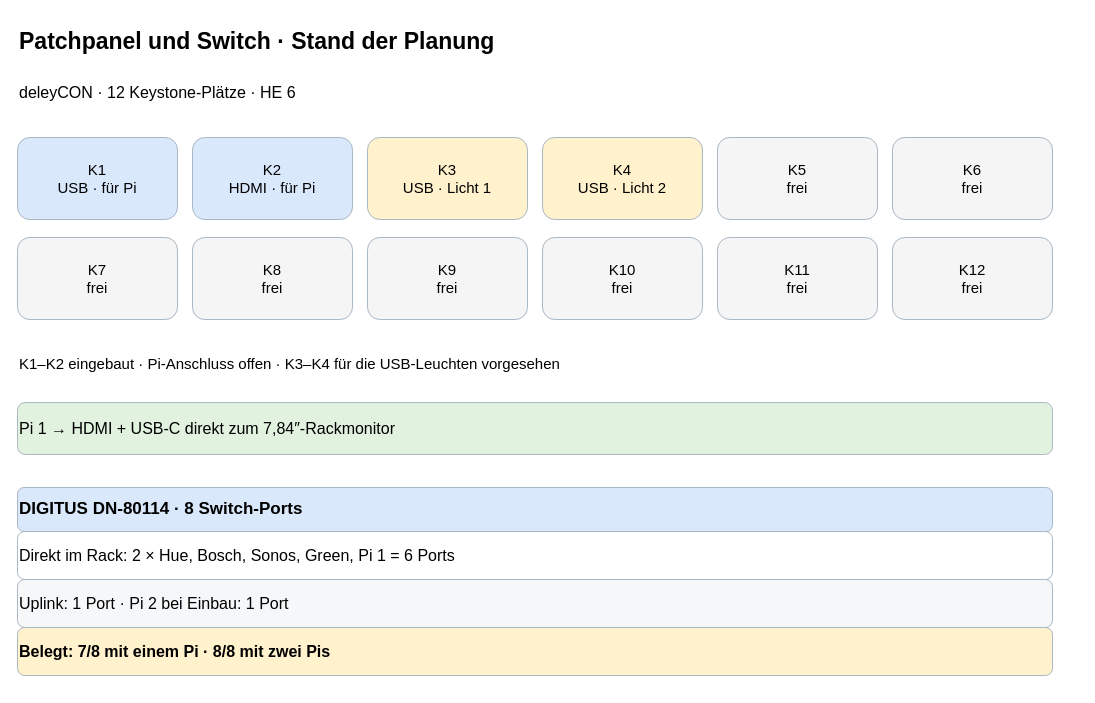
Above: page "Switch und Patchpanel" (5 of 5) of 10-zoll-rack-planung.drawio in tiptronic/diagrams (draw.io), before the change. Source tidied: cells renumbered, new cells numbered last; positions are measured from the earlier drawing's top-left corner, leaving out a move shared by most shapes. Both pictures are drawn from the tidied source at 100%, with x=0, y=0 at pixel (17, 17).
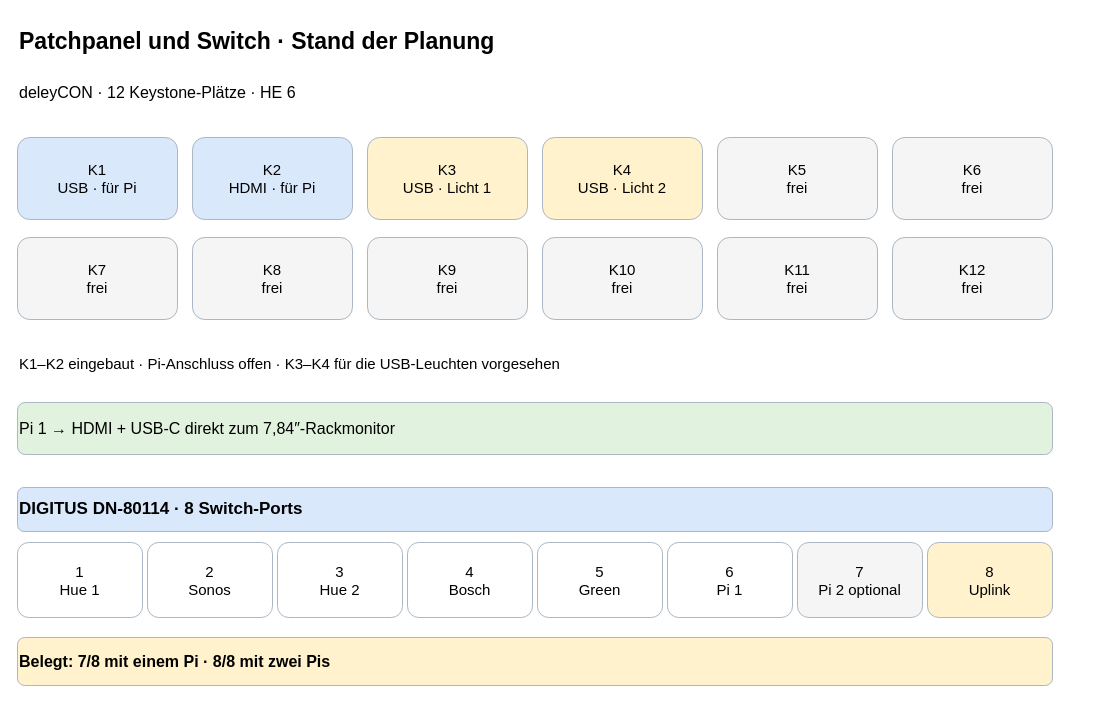
Above is the later version.

Commit message:
Show all eight switch ports in rack diagram

Diff of the diagram source:
```diff
@@
-    <mxCell id="19" value="Direkt im Rack: 2 × Hue, Bosch, Sonos, Green, Pi 1 = 6 Ports" style="rounded=1;whiteSpace=wrap;html=1;align=left;verticalAlign=middle;strokeWidth=1;fontSize=16;fillColor=#ffffff;strokeColor=#aab7c4;" parent="1" vertex="1">
-      <mxGeometry y="514" width="1035" height="48" as="geometry" />
-    </mxCell>
-    <mxCell id="20" value="Uplink: 1 Port · Pi 2 bei Einbau: 1 Port" style="rounded=1;whiteSpace=wrap;html=1;align=left;verticalAlign=middle;strokeWidth=1;fontSize=16;fillColor=#f5f7f9;strokeColor=#aab7c4;" parent="1" vertex="1">
-      <mxGeometry y="562" width="1035" height="48" as="geometry" />
-    </mxCell>
+    <mxCell id="22" value="1&#10;Hue 1" style="rounded=1;whiteSpace=wrap;html=1;align=center;verticalAlign=middle;strokeWidth=1;fontSize=15;fillColor=#ffffff;strokeColor=#aab7c4;" parent="1" vertex="1">
+      <mxGeometry y="525" width="125" height="75" as="geometry" />
+    </mxCell>
+    <mxCell id="23" value="2&#10;Sonos" style="rounded=1;whiteSpace=wrap;html=1;align=center;verticalAlign=middle;strokeWidth=1;fontSize=15;fillColor=#ffffff;strokeColor=#aab7c4;" parent="1" vertex="1">
+      <mxGeometry x="130" y="525" width="125" height="75" as="geometry" />
+    </mxCell>
+    <mxCell id="24" value="3&#10;Hue 2" style="rounded=1;whiteSpace=wrap;html=1;align=center;verticalAlign=middle;strokeWidth=1;fontSize=15;fillColor=#ffffff;strokeColor=#aab7c4;" parent="1" vertex="1">
+      <mxGeometry x="260" y="525" width="125" height="75" as="geometry" />
+    </mxCell>
+    <mxCell id="25" value="4&#10;Bosch" style="rounded=1;whiteSpace=wrap;html=1;align=center;verticalAlign=middle;strokeWidth=1;fontSize=15;fillColor=#ffffff;strokeColor=#aab7c4;" parent="1" vertex="1">
+      <mxGeometry x="390" y="525" width="125" height="75" as="geometry" />
+    </mxCell>
+    <mxCell id="26" value="5&#10;Green" style="rounded=1;whiteSpace=wrap;html=1;align=center;verticalAlign=middle;strokeWidth=1;fontSize=15;fillColor=#ffffff;strokeColor=#aab7c4;" parent="1" vertex="1">
+      <mxGeometry x="520" y="525" width="125" height="75" as="geometry" />
+    </mxCell>
+    <mxCell id="27" value="6&#10;Pi 1" style="rounded=1;whiteSpace=wrap;html=1;align=center;verticalAlign=middle;strokeWidth=1;fontSize=15;fillColor=#ffffff;strokeColor=#aab7c4;" parent="1" vertex="1">
+      <mxGeometry x="650" y="525" width="125" height="75" as="geometry" />
+    </mxCell>
+    <mxCell id="28" value="7&#10;Pi 2 optional" style="rounded=1;whiteSpace=wrap;html=1;align=center;verticalAlign=middle;strokeWidth=1;fontSize=15;fillColor=#f5f5f5;strokeColor=#aab7c4;" parent="1" vertex="1">
+      <mxGeometry x="780" y="525" width="125" height="75" as="geometry" />
+    </mxCell>
+    <mxCell id="29" value="8&#10;Uplink" style="rounded=1;whiteSpace=wrap;html=1;align=center;verticalAlign=middle;strokeWidth=1;fontSize=15;fillColor=#fff2cc;strokeColor=#aab7c4;" parent="1" vertex="1">
+      <mxGeometry x="910" y="525" width="125" height="75" as="geometry" />
+    </mxCell>
     <mxCell id="21" value="Belegt: 7/8 mit einem Pi · 8/8 mit zwei Pis" style="rounded=1;whiteSpace=wrap;html=1;align=left;verticalAlign=middle;strokeWidth=1;fontSize=16;fillColor=#fff2cc;strokeColor=#aab7c4;fontStyle=1;" parent="1" vertex="1">
-      <mxGeometry y="610" width="1035" height="48" as="geometry" />
+      <mxGeometry y="620" width="1035" height="48" as="geometry" />
     </mxCell>
```
